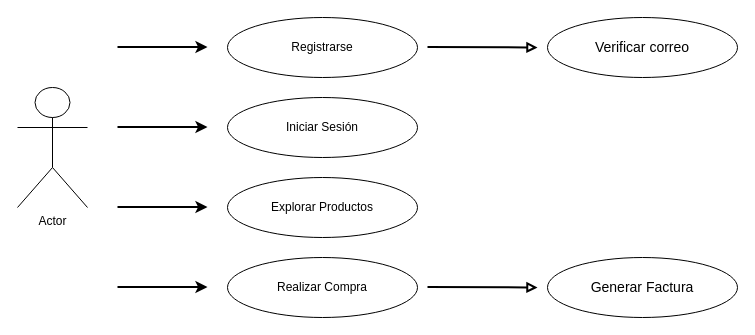
Cas136/Instrumentos_Online keeps this draw.io diagram as Diagrama sin título.drawio. Above is the earlier version. Source tidied: cells renumbered, new cells numbered last; positions are measured from the earlier drawing's top-left corner, leaving out a move shared by most shapes. Both pictures are drawn from the tidied source at 100%, with x=0, y=0 at pixel (17, 17).
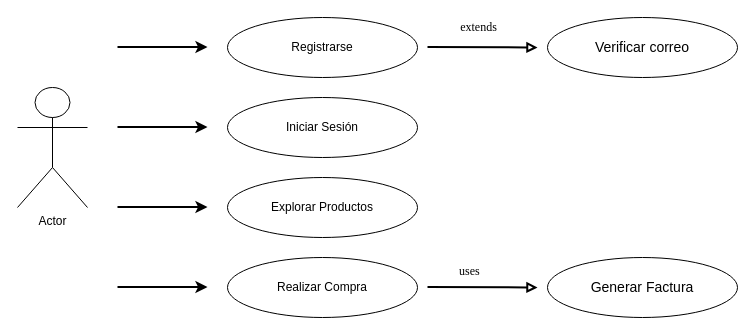
After the change.

The change refers to these unchanged cells:
```xml
<mxCell id="13" style="endArrow=block;html=1;rounded=0;strokeWidth=2;endFill=0;" parent="1" edge="1">
  <mxGeometry relative="1" as="geometry">
    <mxPoint x="410" y="29.5" as="sourcePoint" />
    <mxPoint x="520" y="30" as="targetPoint" />
  </mxGeometry>
</mxCell>
```

Diff of the diagram source:
```diff
@@
+    <mxCell id="15" value="&lt;span style=&quot;font-family: &amp;quot;Times New Roman&amp;quot;; font-size: 12px; text-align: start;&quot;&gt;extends&lt;/span&gt;" style="edgeLabel;html=1;align=center;verticalAlign=middle;" parent="13" vertex="1">
+      <mxGeometry x="0.16" y="4" relative="1" as="geometry">
+        <mxPoint x="-14" y="-16" as="offset" />
+      </mxGeometry>
+    </mxCell>
@@
+    <mxCell id="16" value="&lt;span style=&quot;color: rgb(0, 0, 0); font-family: &amp;quot;Times New Roman&amp;quot;; font-size: 12px; font-style: normal; font-variant-ligatures: normal; font-variant-caps: normal; font-weight: 400; letter-spacing: normal; orphans: 2; text-align: start; text-indent: 0px; text-transform: none; widows: 2; word-spacing: 0px; -webkit-text-stroke-width: 0px; white-space: nowrap; background-color: rgb(255, 255, 255); text-decoration-thickness: initial; text-decoration-style: initial; text-decoration-color: initial; display: inline !important; float: none;&quot;&gt;uses&lt;/span&gt;" style="text;whiteSpace=wrap;html=1;" parent="1" vertex="1">
+      <mxGeometry x="440" y="240" width="50" height="40" as="geometry" />
+    </mxCell>
```
